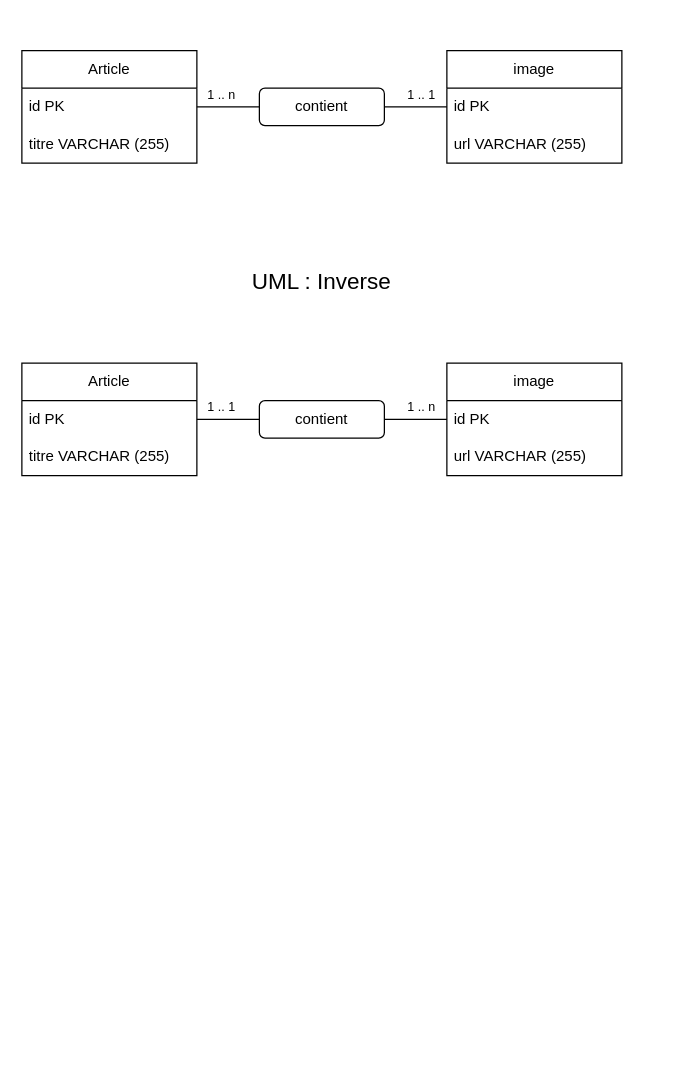
This is Jour02/04-cardinalite.drawio from Hichem1993/Base_de_donn-es, a draw.io file, before an edit. Source tidied: cells renumbered, new cells numbered last; positions are measured from the earlier drawing's top-left corner, leaving out a move shared by most shapes. Both pictures are drawn from the tidied source at 125%, with x=0, y=0 at pixel (21, 50).
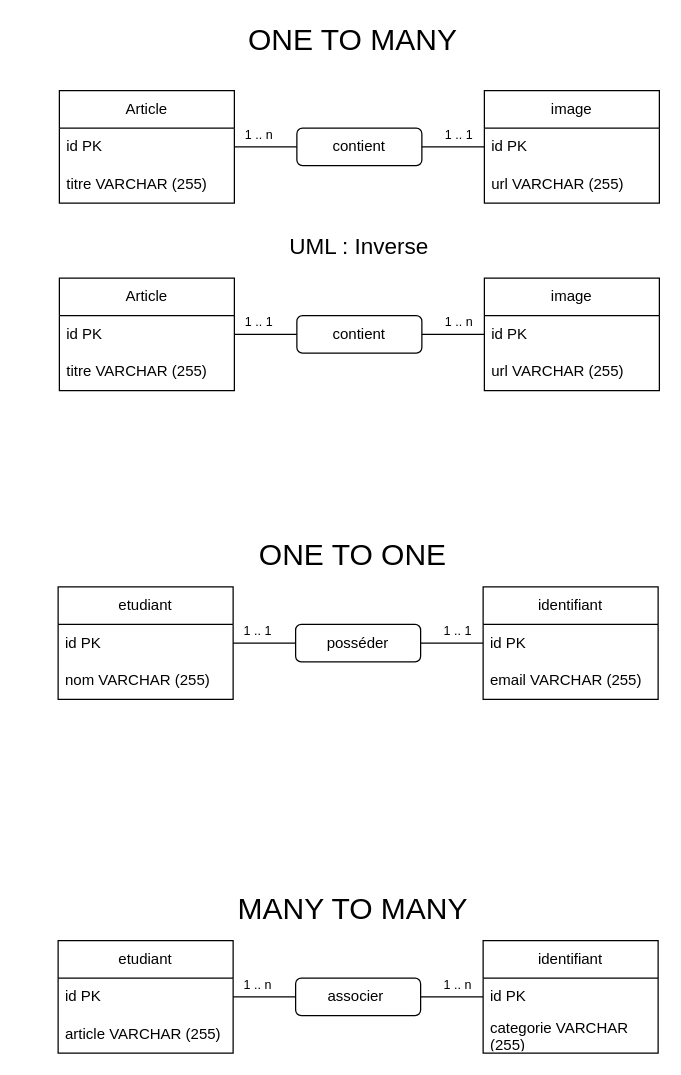
After the change.

The edit, as a diff of the source:
```diff
@@
     <mxCell id="2" value="Article" style="swimlane;fontStyle=0;horizontal=1;startSize=30;whiteSpace=wrap;html=1;" parent="1" vertex="1">
-      <mxGeometry width="140" height="90" as="geometry" />
+      <mxGeometry x="30" y="32" width="140" height="90" as="geometry" />
     </mxCell>
@@
     <mxCell id="5" value="image" style="swimlane;fontStyle=0;horizontal=1;startSize=30;whiteSpace=wrap;html=1;" parent="1" vertex="1">
-      <mxGeometry x="340" width="140" height="90" as="geometry" />
+      <mxGeometry x="370" y="32" width="140" height="90" as="geometry" />
     </mxCell>
@@
     <mxCell id="10" value="contient" style="rounded=1;whiteSpace=wrap;html=1;" parent="1" vertex="1">
-      <mxGeometry x="190" y="30" width="100" height="30" as="geometry" />
+      <mxGeometry x="220" y="62" width="100" height="30" as="geometry" />
     </mxCell>
     <mxCell id="11" value="&lt;font style=&quot;font-size: 10px;&quot;&gt;1 .. n&lt;/font&gt;" style="text;html=1;strokeColor=none;fillColor=none;align=center;verticalAlign=middle;whiteSpace=wrap;rounded=0;" parent="1" vertex="1">
-      <mxGeometry x="130" y="20" width="60" height="30" as="geometry" />
+      <mxGeometry x="160" y="52" width="60" height="30" as="geometry" />
     </mxCell>
     <mxCell id="12" value="&lt;font style=&quot;font-size: 10px;&quot;&gt;1 .. 1&lt;/font&gt;" style="text;html=1;strokeColor=none;fillColor=none;align=center;verticalAlign=middle;whiteSpace=wrap;rounded=0;" parent="1" vertex="1">
-      <mxGeometry x="290" y="20" width="60" height="30" as="geometry" />
+      <mxGeometry x="320" y="52" width="60" height="30" as="geometry" />
     </mxCell>
     <mxCell id="13" value="Article" style="swimlane;fontStyle=0;horizontal=1;startSize=30;whiteSpace=wrap;html=1;" parent="1" vertex="1">
-      <mxGeometry y="250" width="140" height="90" as="geometry" />
+      <mxGeometry x="30" y="182" width="140" height="90" as="geometry" />
     </mxCell>
@@
     <mxCell id="16" value="image" style="swimlane;fontStyle=0;horizontal=1;startSize=30;whiteSpace=wrap;html=1;" parent="1" vertex="1">
-      <mxGeometry x="340" y="250" width="140" height="90" as="geometry" />
+      <mxGeometry x="370" y="182" width="140" height="90" as="geometry" />
     </mxCell>
@@
     <mxCell id="21" value="contient" style="rounded=1;whiteSpace=wrap;html=1;" parent="1" vertex="1">
-      <mxGeometry x="190" y="280" width="100" height="30" as="geometry" />
+      <mxGeometry x="220" y="212" width="100" height="30" as="geometry" />
     </mxCell>
     <mxCell id="22" value="&lt;font style=&quot;font-size: 10px;&quot;&gt;1 .. n&lt;/font&gt;" style="text;html=1;strokeColor=none;fillColor=none;align=center;verticalAlign=middle;whiteSpace=wrap;rounded=0;" parent="1" vertex="1">
-      <mxGeometry x="290" y="270" width="60" height="30" as="geometry" />
+      <mxGeometry x="320" y="202" width="60" height="30" as="geometry" />
     </mxCell>
     <mxCell id="23" value="&lt;font style=&quot;font-size: 10px;&quot;&gt;1 .. 1&lt;/font&gt;" style="text;html=1;strokeColor=none;fillColor=none;align=center;verticalAlign=middle;whiteSpace=wrap;rounded=0;" parent="1" vertex="1">
-      <mxGeometry x="130" y="270" width="60" height="30" as="geometry" />
+      <mxGeometry x="160" y="202" width="60" height="30" as="geometry" />
     </mxCell>
     <mxCell id="24" value="&lt;font style=&quot;font-size: 18px;&quot;&gt;UML : Inverse&lt;/font&gt;" style="text;html=1;strokeColor=none;fillColor=none;align=center;verticalAlign=middle;whiteSpace=wrap;rounded=0;fontSize=10;" parent="1" vertex="1">
-      <mxGeometry x="155" y="170" width="170" height="30" as="geometry" />
+      <mxGeometry x="185" y="142" width="170" height="30" as="geometry" />
     </mxCell>
+    <mxCell id="25" value="etudiant" style="swimlane;fontStyle=0;horizontal=1;startSize=30;whiteSpace=wrap;html=1;" parent="1" vertex="1">
+      <mxGeometry x="29" y="429" width="140" height="90" as="geometry" />
+    </mxCell>
+    <mxCell id="26" value="id PK" style="text;strokeColor=none;fillColor=none;align=left;verticalAlign=middle;spacingLeft=4;spacingRight=4;overflow=hidden;points=[[0,0.5],[1,0.5]];portConstraint=eastwest;whiteSpace=wrap;html=1;" parent="25" vertex="1">
+      <mxGeometry y="30" width="140" height="30" as="geometry" />
+    </mxCell>
+    <mxCell id="27" value="nom VARCHAR (255)" style="text;strokeColor=none;fillColor=none;align=left;verticalAlign=middle;spacingLeft=4;spacingRight=4;overflow=hidden;whiteSpace=wrap;html=1;" parent="25" vertex="1">
+      <mxGeometry y="60" width="140" height="30" as="geometry" />
+    </mxCell>
+    <mxCell id="28" value="identifiant" style="swimlane;fontStyle=0;horizontal=1;startSize=30;whiteSpace=wrap;html=1;" parent="1" vertex="1">
+      <mxGeometry x="369" y="429" width="140" height="90" as="geometry" />
+    </mxCell>
+    <mxCell id="29" value="id PK" style="text;strokeColor=none;fillColor=none;align=left;verticalAlign=middle;spacingLeft=4;spacingRight=4;overflow=hidden;points=[[0,0.5],[1,0.5]];portConstraint=eastwest;whiteSpace=wrap;html=1;" parent="28" vertex="1">
+      <mxGeometry y="30" width="140" height="30" as="geometry" />
+    </mxCell>
+    <mxCell id="30" value="email VARCHAR (255)" style="text;strokeColor=none;fillColor=none;align=left;verticalAlign=middle;spacingLeft=4;spacingRight=4;overflow=hidden;whiteSpace=wrap;html=1;" parent="28" vertex="1">
+      <mxGeometry y="60" width="140" height="30" as="geometry" />
+    </mxCell>
+    <mxCell id="31" style="edgeStyle=none;html=1;entryX=0;entryY=0.5;entryDx=0;entryDy=0;endArrow=none;endFill=0;startArrow=none;" parent="1" edge="1" source="33" target="29">
+      <mxGeometry relative="1" as="geometry" />
+    </mxCell>
+    <mxCell id="32" style="edgeStyle=none;html=1;entryX=0;entryY=0.5;entryDx=0;entryDy=0;endArrow=none;endFill=0;" parent="1" edge="1" source="26" target="33">
+      <mxGeometry relative="1" as="geometry" />
+    </mxCell>
+    <mxCell id="33" value="posséder" style="rounded=1;whiteSpace=wrap;html=1;" parent="1" vertex="1">
+      <mxGeometry x="219" y="459" width="100" height="30" as="geometry" />
+    </mxCell>
+    <mxCell id="34" value="&lt;font style=&quot;font-size: 10px;&quot;&gt;1 .. 1&lt;/font&gt;" style="text;html=1;strokeColor=none;fillColor=none;align=center;verticalAlign=middle;whiteSpace=wrap;rounded=0;" parent="1" vertex="1">
+      <mxGeometry x="159" y="449" width="60" height="30" as="geometry" />
+    </mxCell>
+    <mxCell id="35" value="&lt;font style=&quot;font-size: 10px;&quot;&gt;1 .. 1&lt;/font&gt;" style="text;html=1;strokeColor=none;fillColor=none;align=center;verticalAlign=middle;whiteSpace=wrap;rounded=0;" parent="1" vertex="1">
+      <mxGeometry x="319" y="449" width="60" height="30" as="geometry" />
+    </mxCell>
+    <mxCell id="36" value="&lt;font style=&quot;font-size: 24px;&quot;&gt;ONE TO ONE&lt;/font&gt;" style="text;html=1;strokeColor=none;fillColor=none;align=center;verticalAlign=middle;whiteSpace=wrap;rounded=0;" parent="1" vertex="1">
+      <mxGeometry x="150" y="389" width="230" height="30" as="geometry" />
+    </mxCell>
+    <mxCell id="37" value="etudiant" style="swimlane;fontStyle=0;horizontal=1;startSize=30;whiteSpace=wrap;html=1;" parent="1" vertex="1">
+      <mxGeometry x="29" y="712" width="140" height="90" as="geometry" />
+    </mxCell>
+    <mxCell id="38" value="id PK" style="text;strokeColor=none;fillColor=none;align=left;verticalAlign=middle;spacingLeft=4;spacingRight=4;overflow=hidden;points=[[0,0.5],[1,0.5]];portConstraint=eastwest;whiteSpace=wrap;html=1;" parent="37" vertex="1">
+      <mxGeometry y="30" width="140" height="30" as="geometry" />
+    </mxCell>
+    <mxCell id="39" value="article VARCHAR (255)" style="text;strokeColor=none;fillColor=none;align=left;verticalAlign=middle;spacingLeft=4;spacingRight=4;overflow=hidden;whiteSpace=wrap;html=1;" parent="37" vertex="1">
+      <mxGeometry y="60" width="140" height="30" as="geometry" />
+    </mxCell>
+    <mxCell id="40" value="identifiant" style="swimlane;fontStyle=0;horizontal=1;startSize=30;whiteSpace=wrap;html=1;" parent="1" vertex="1">
+      <mxGeometry x="369" y="712" width="140" height="90" as="geometry" />
+    </mxCell>
+    <mxCell id="41" value="id PK" style="text;strokeColor=none;fillColor=none;align=left;verticalAlign=middle;spacingLeft=4;spacingRight=4;overflow=hidden;points=[[0,0.5],[1,0.5]];portConstraint=eastwest;whiteSpace=wrap;html=1;" parent="40" vertex="1">
+      <mxGeometry y="30" width="140" height="30" as="geometry" />
+    </mxCell>
+    <mxCell id="42" value="categorie VARCHAR (255)" style="text;strokeColor=none;fillColor=none;align=left;verticalAlign=middle;spacingLeft=4;spacingRight=4;overflow=hidden;whiteSpace=wrap;html=1;" parent="40" vertex="1">
+      <mxGeometry y="60" width="140" height="30" as="geometry" />
+    </mxCell>
+    <mxCell id="43" style="edgeStyle=none;html=1;entryX=0;entryY=0.5;entryDx=0;entryDy=0;endArrow=none;endFill=0;startArrow=none;" parent="1" edge="1" source="45" target="41">
+      <mxGeometry relative="1" as="geometry" />
+    </mxCell>
+    <mxCell id="44" style="edgeStyle=none;html=1;entryX=0;entryY=0.5;entryDx=0;entryDy=0;endArrow=none;endFill=0;" parent="1" edge="1" source="38" target="45">
+      <mxGeometry relative="1" as="geometry" />
+    </mxCell>
+    <mxCell id="45" value="associer&amp;nbsp;" style="rounded=1;whiteSpace=wrap;html=1;" parent="1" vertex="1">
+      <mxGeometry x="219" y="742" width="100" height="30" as="geometry" />
+    </mxCell>
+    <mxCell id="46" value="&lt;font style=&quot;font-size: 10px;&quot;&gt;1 .. n&lt;/font&gt;" style="text;html=1;strokeColor=none;fillColor=none;align=center;verticalAlign=middle;whiteSpace=wrap;rounded=0;" parent="1" vertex="1">
+      <mxGeometry x="159" y="732" width="60" height="30" as="geometry" />
+    </mxCell>
+    <mxCell id="47" value="&lt;font style=&quot;font-size: 10px;&quot;&gt;1 .. n&lt;/font&gt;" style="text;html=1;strokeColor=none;fillColor=none;align=center;verticalAlign=middle;whiteSpace=wrap;rounded=0;" parent="1" vertex="1">
+      <mxGeometry x="319" y="732" width="60" height="30" as="geometry" />
+    </mxCell>
+    <mxCell id="48" value="&lt;font style=&quot;font-size: 24px;&quot;&gt;MANY TO MANY&lt;/font&gt;" style="text;html=1;strokeColor=none;fillColor=none;align=center;verticalAlign=middle;whiteSpace=wrap;rounded=0;" parent="1" vertex="1">
+      <mxGeometry x="150" y="672" width="230" height="30" as="geometry" />
+    </mxCell>
+    <mxCell id="49" value="&lt;font style=&quot;font-size: 24px;&quot;&gt;ONE TO MANY&lt;/font&gt;" style="text;html=1;strokeColor=none;fillColor=none;align=center;verticalAlign=middle;whiteSpace=wrap;rounded=0;" parent="1" vertex="1">
+      <mxGeometry x="150" y="-23" width="230" height="30" as="geometry" />
+    </mxCell>
```
